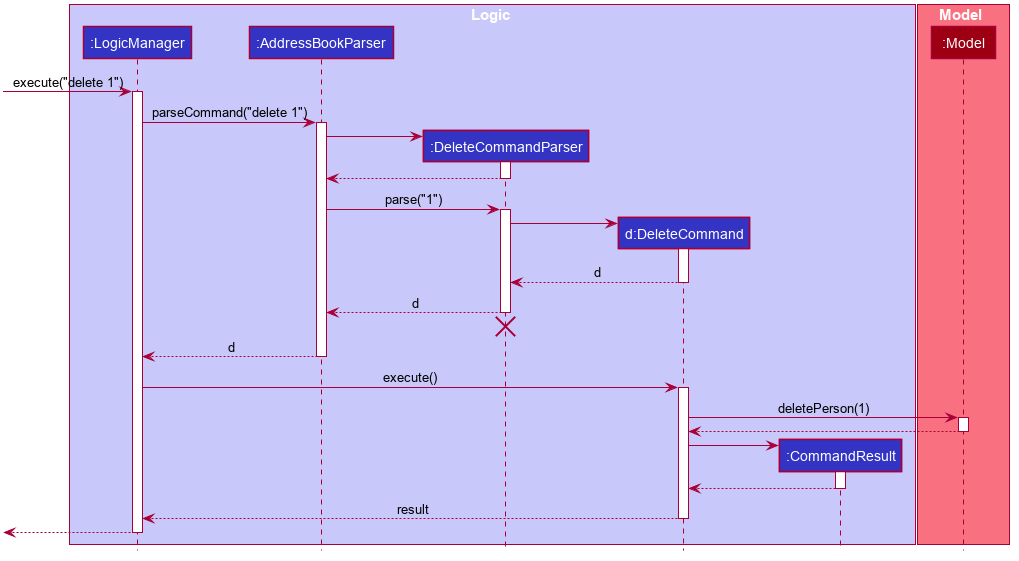
nus-cs2103-AY2223S2/tp keeps this PlantUML diagram as docs/images/DeleteSequenceDiagram.png. Above is the earlier version.
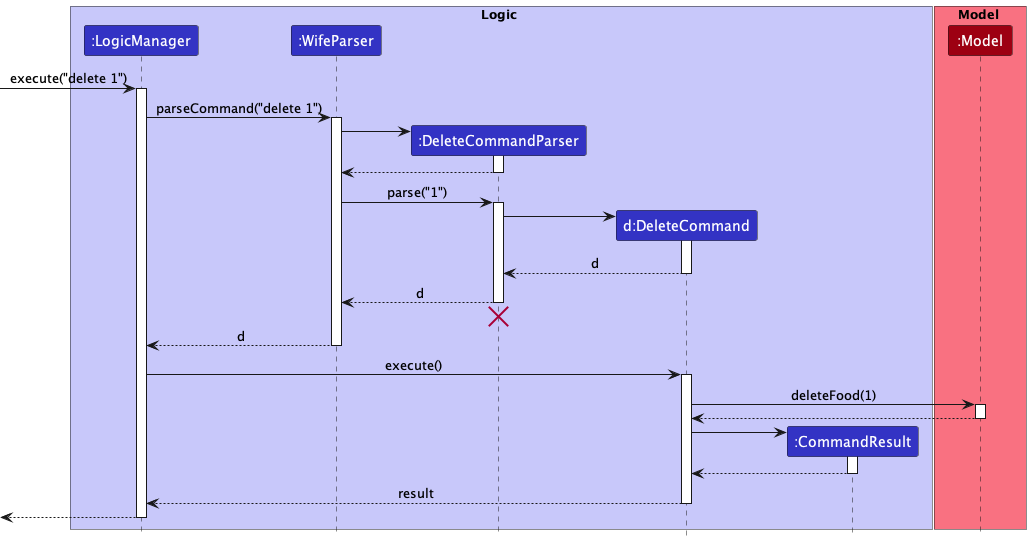
After the commit.

Diff of the diagram source:
```diff
@@ -1,79 +1,32 @@
 @startuml
+!include style.puml
 
-
-
-
-
-
-
-
-skinparam BackgroundColor #FFFFFFF
-
-skinparam Shadowing false
-
-skinparam Class {
-    FontColor #FFFFFF
-    BorderThickness 1
-    BorderColor #FFFFFF
-    StereotypeFontColor #FFFFFF
-    FontName Arial
-}
-
-skinparam Actor {
-    BorderColor #000000
-    Color #000000
-    FontName Arial
-}
-
-skinparam Sequence {
-    MessageAlign center
-    BoxFontSize 15
-    BoxPadding 0
-    BoxFontColor #FFFFFF
-    FontName Arial
-}
-
-skinparam Participant {
-    FontColor #FFFFFFF
-    Padding 20
-}
-
-skinparam MinClassWidth 50
-skinparam ParticipantPadding 10
-skinparam Shadowing false
-skinparam DefaultTextAlignment center
-skinparam packageStyle Rectangle
-
-hide footbox
-hide members
-hide circle
-
-box Logic #C8C8FA
-participant ":LogicManager" as LogicManager #3333C4
-participant ":AddressBookParser" as AddressBookParser #3333C4
-participant ":DeleteCommandParser" as DeleteCommandParser #3333C4
-participant "d:DeleteCommand" as DeleteCommand #3333C4
-participant ":CommandResult" as CommandResult #3333C4
+box Logic LOGIC_COLOR_T1
+participant ":LogicManager" as LogicManager LOGIC_COLOR
+participant ":WifeParser" as WifeParser LOGIC_COLOR
+participant ":DeleteCommandParser" as DeleteCommandParser LOGIC_COLOR
+participant "d:DeleteCommand" as DeleteCommand LOGIC_COLOR
+participant ":CommandResult" as CommandResult LOGIC_COLOR
 end box
 
-box Model #F97181
-participant ":Model" as Model #9D0012
+box Model MODEL_COLOR_T1
+participant ":Model" as Model MODEL_COLOR
 end box
 
 [-> LogicManager : execute("delete 1")
 activate LogicManager
 
-LogicManager -> AddressBookParser : parseCommand("delete 1")
-activate AddressBookParser
+LogicManager -> WifeParser : parseCommand("delete 1")
+activate WifeParser
 
 create DeleteCommandParser
-AddressBookParser -> DeleteCommandParser
+WifeParser -> DeleteCommandParser
 activate DeleteCommandParser
 
-DeleteCommandParser --> AddressBookParser
+DeleteCommandParser --> WifeParser
 deactivate DeleteCommandParser
 
-AddressBookParser -> DeleteCommandParser : parse("1")
+WifeParser -> DeleteCommandParser : parse("1")
 activate DeleteCommandParser
 
 create DeleteCommand
@@ -83,18 +36,18 @@
 DeleteCommand --> DeleteCommandParser : d
 deactivate DeleteCommand
 
-DeleteCommandParser --> AddressBookParser : d
+DeleteCommandParser --> WifeParser : d
 deactivate DeleteCommandParser
-DeleteCommandParser -[hidden]-> AddressBookParser
+DeleteCommandParser -[hidden]-> WifeParser
 destroy DeleteCommandParser
 
-AddressBookParser --> LogicManager : d
-deactivate AddressBookParser
+WifeParser --> LogicManager : d
+deactivate WifeParser
 
 LogicManager -> DeleteCommand : execute()
 activate DeleteCommand
 
-DeleteCommand -> Model : deletePerson(1)
+DeleteCommand -> Model : deleteFood(1)
 activate Model
 
 Model --> DeleteCommand
```
